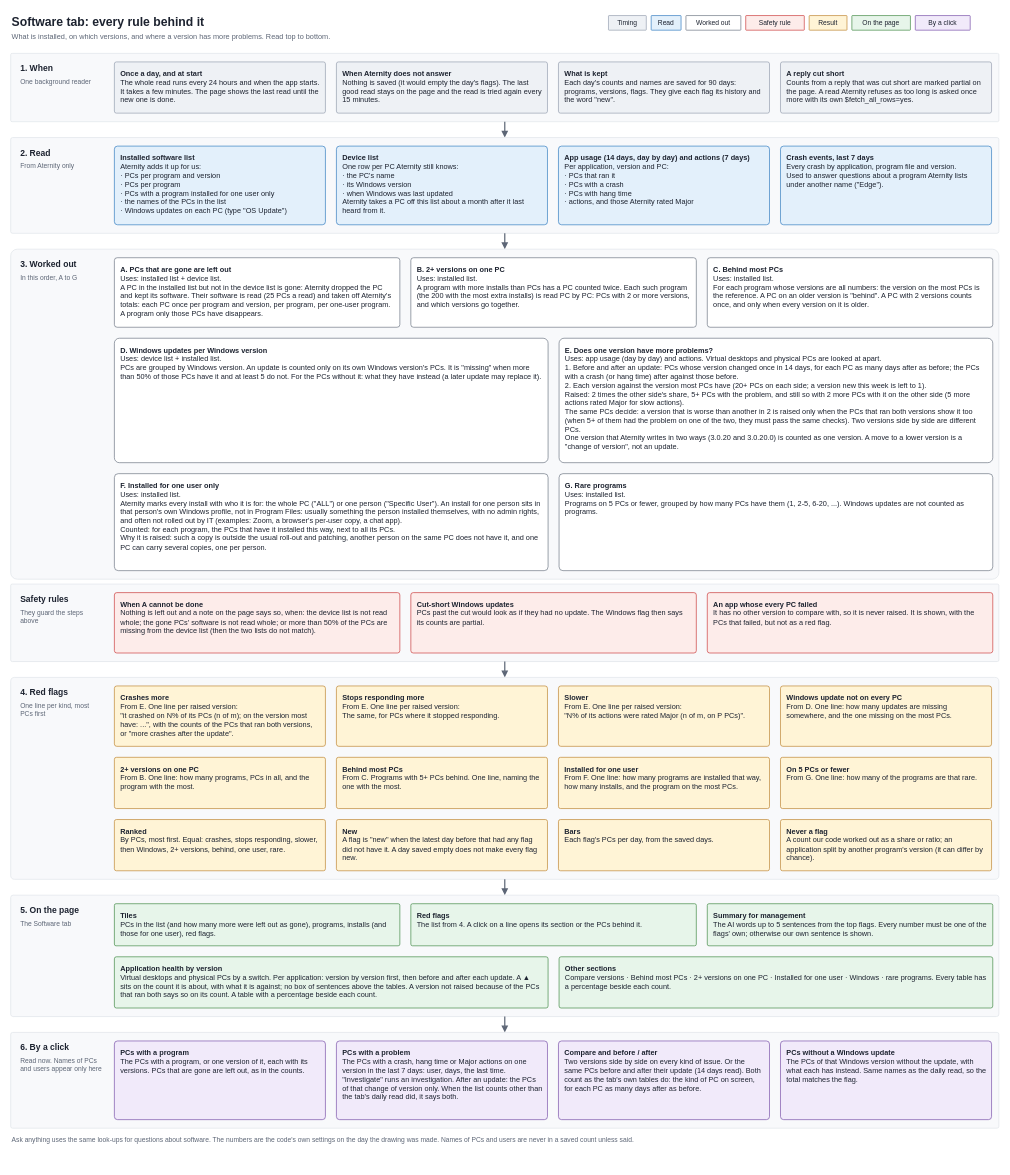
Earlier version of the draw.io diagram docs/diagrams/05-software-tab-logic.drawio (j6dtt/blank). Source tidied: cells renumbered, new cells numbered last; positions are measured from the earlier drawing's top-left corner, leaving out a move shared by most shapes. Both pictures are drawn from the tidied source at 61%, with x=0, y=0 at pixel (10, 10).
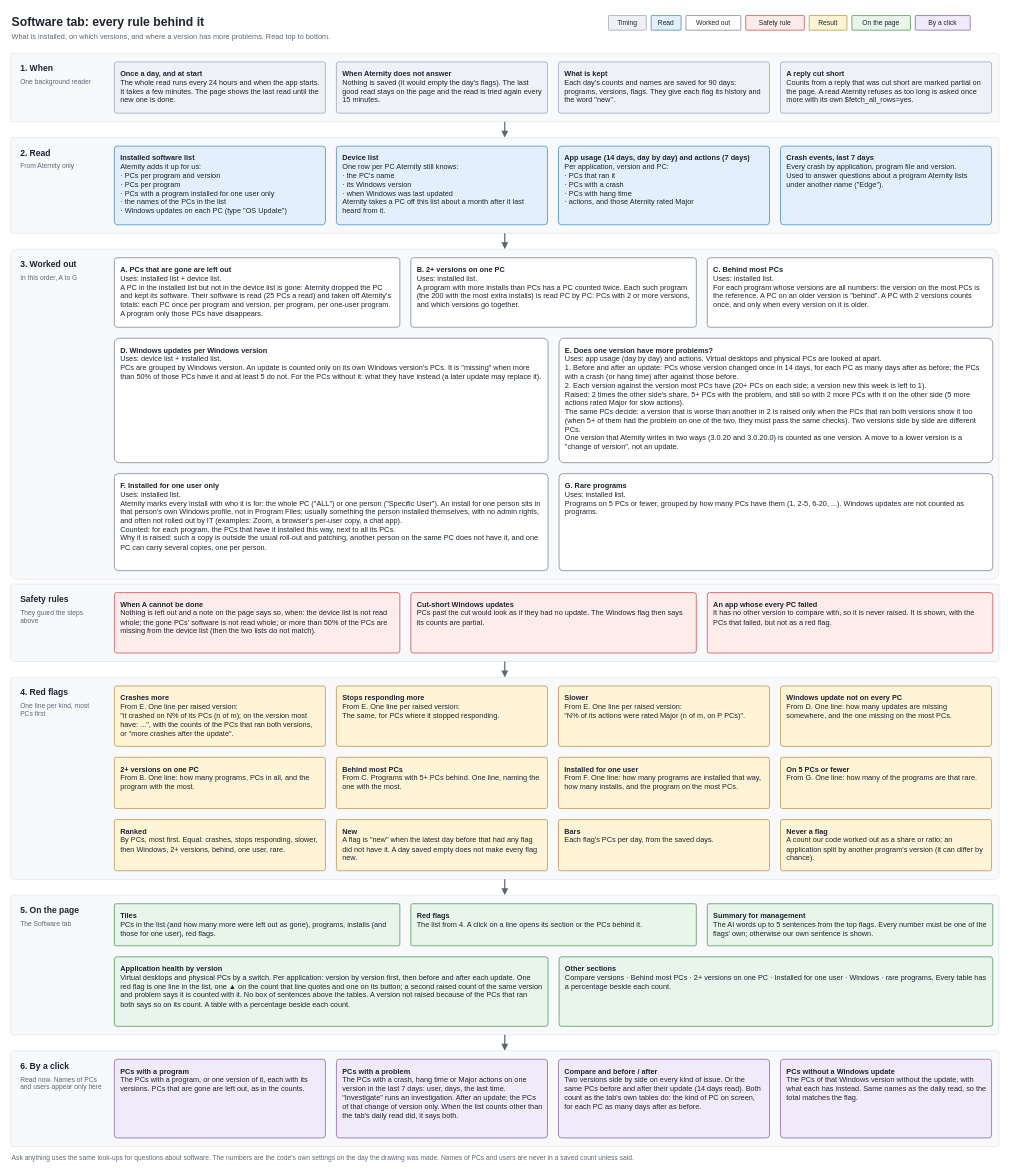
The same page after the edit.

Diff of the diagram source:
```diff
@@
     <mxCell id="60" style="rounded=1;whiteSpace=wrap;html=1;fillColor=#f8f9fb;strokeColor=#dde1e7;fontSize=12;fontColor=#1d2330;align=left;verticalAlign=top;arcSize=4;spacingLeft=8;spacingRight=8;spacingTop=6;spacingBottom=6;arcSize=2;" parent="1" vertex="1">
-      <mxGeometry y="1450" width="1620" height="199" as="geometry" />
+      <mxGeometry y="1450" width="1620" height="229" as="geometry" />
     </mxCell>
@@
     <mxCell id="62" value="The Software tab" style="text;html=1;fontSize=11;fontColor=#5d6676;align=left;verticalAlign=top;whiteSpace=wrap;spacing=2;" parent="1" vertex="1">
-      <mxGeometry x="14" y="1484" width="136" height="159" as="geometry" />
+      <mxGeometry x="14" y="1484" width="136" height="189" as="geometry" />
     </mxCell>
@@
-    <mxCell id="66" value="&lt;b&gt;Application health by version&lt;/b&gt;&lt;br&gt;Virtual desktops and physical PCs by a switch. Per application: version by version first, then before and after each update. A ▲ sits on the count it is about, with what it is against; no box of sentences above the tables. A version not raised because of the PCs that ran both says so on its count. A table with a percentage beside each count." style="rounded=1;whiteSpace=wrap;html=1;fillColor=#e7f5ea;strokeColor=#2e7d32;fontSize=12;fontColor=#1d2330;align=left;verticalAlign=top;arcSize=4;spacingLeft=8;spacingRight=8;spacingTop=6;spacingBottom=6;" parent="1" vertex="1">
-      <mxGeometry x="170" y="1551" width="711" height="84" as="geometry" />
+    <mxCell id="66" value="&lt;b&gt;Application health by version&lt;/b&gt;&lt;br&gt;Virtual desktops and physical PCs by a switch. Per application: version by version first, then before and after each update. One red flag is one line in the list, one ▲ on the count that line quotes and one on its button; a second raised count of the same version and problem says it is counted with it. No box of sentences above the tables. A version not raised because of the PCs that ran both says so on its count. A table with a percentage beside each count." style="rounded=1;whiteSpace=wrap;html=1;fillColor=#e7f5ea;strokeColor=#2e7d32;fontSize=12;fontColor=#1d2330;align=left;verticalAlign=top;arcSize=4;spacingLeft=8;spacingRight=8;spacingTop=6;spacingBottom=6;" parent="1" vertex="1">
+      <mxGeometry x="170" y="1551" width="711" height="114" as="geometry" />
     </mxCell>
     <mxCell id="67" value="&lt;b&gt;Other sections&lt;/b&gt;&lt;br&gt;Compare versions · Behind most PCs · 2+ versions on one PC · Installed for one user · Windows · rare programs. Every table has a percentage beside each count." style="rounded=1;whiteSpace=wrap;html=1;fillColor=#e7f5ea;strokeColor=#2e7d32;fontSize=12;fontColor=#1d2330;align=left;verticalAlign=top;arcSize=4;spacingLeft=8;spacingRight=8;spacingTop=6;spacingBottom=6;" parent="1" vertex="1">
-      <mxGeometry x="899" y="1551" width="711" height="84" as="geometry" />
+      <mxGeometry x="899" y="1551" width="711" height="114" as="geometry" />
     </mxCell>
     <mxCell id="68" style="endArrow=block;endFill=1;html=1;strokeColor=#5d6676;strokeWidth=2;" parent="1" edge="1">
       <mxGeometry relative="1" as="geometry">
-        <mxPoint x="810" y="1649" as="sourcePoint" />
-        <mxPoint x="810" y="1675" as="targetPoint" />
+        <mxPoint x="810" y="1679" as="sourcePoint" />
+        <mxPoint x="810" y="1705" as="targetPoint" />
       </mxGeometry>
     </mxCell>
     <mxCell id="69" style="rounded=1;whiteSpace=wrap;html=1;fillColor=#f8f9fb;strokeColor=#dde1e7;fontSize=12;fontColor=#1d2330;align=left;verticalAlign=top;arcSize=4;spacingLeft=8;spacingRight=8;spacingTop=6;spacingBottom=6;arcSize=2;" parent="1" vertex="1">
-      <mxGeometry y="1675" width="1620" height="157" as="geometry" />
+      <mxGeometry y="1705" width="1620" height="157" as="geometry" />
     </mxCell>
     <mxCell id="70" value="&lt;b&gt;6. By a click&lt;/b&gt;" style="text;html=1;fontSize=14;fontColor=#1d2330;align=left;verticalAlign=top;whiteSpace=wrap;spacing=2;" parent="1" vertex="1">
-      <mxGeometry x="14" y="1685" width="136" height="24" as="geometry" />
+      <mxGeometry x="14" y="1715" width="136" height="24" as="geometry" />
     </mxCell>
     <mxCell id="71" value="Read now. Names of PCs and users appear only here" style="text;html=1;fontSize=11;fontColor=#5d6676;align=left;verticalAlign=top;whiteSpace=wrap;spacing=2;" parent="1" vertex="1">
-      <mxGeometry x="14" y="1709" width="136" height="117" as="geometry" />
+      <mxGeometry x="14" y="1739" width="136" height="117" as="geometry" />
     </mxCell>
     <mxCell id="72" value="&lt;b&gt;PCs with a program&lt;/b&gt;&lt;br&gt;The PCs with a program, or one version of it, each with its versions. PCs that are gone are left out, as in the counts." style="rounded=1;whiteSpace=wrap;html=1;fillColor=#f1eafa;strokeColor=#6b3fa0;fontSize=12;fontColor=#1d2330;align=left;verticalAlign=top;arcSize=4;spacingLeft=8;spacingRight=8;spacingTop=6;spacingBottom=6;" parent="1" vertex="1">
-      <mxGeometry x="170" y="1689" width="346" height="129" as="geometry" />
+      <mxGeometry x="170" y="1719" width="346" height="129" as="geometry" />
     </mxCell>
     <mxCell id="73" value="&lt;b&gt;PCs with a problem&lt;/b&gt;&lt;br&gt;The PCs with a crash, hang time or Major actions on one version in the last 7 days: user, days, the last time. &quot;Investigate&quot; runs an investigation. After an update: the PCs of that change of version only. When the list counts other than the tab's daily read did, it says both." style="rounded=1;whiteSpace=wrap;html=1;fillColor=#f1eafa;strokeColor=#6b3fa0;fontSize=12;fontColor=#1d2330;align=left;verticalAlign=top;arcSize=4;spacingLeft=8;spacingRight=8;spacingTop=6;spacingBottom=6;" parent="1" vertex="1">
-      <mxGeometry x="534" y="1689" width="346" height="129" as="geometry" />
+      <mxGeometry x="534" y="1719" width="346" height="129" as="geometry" />
     </mxCell>
     <mxCell id="74" value="&lt;b&gt;Compare and before / after&lt;/b&gt;&lt;br&gt;Two versions side by side on every kind of issue. Or the same PCs before and after their update (14 days read). Both count as the tab's own tables do: the kind of PC on screen, for each PC as many days after as before." style="rounded=1;whiteSpace=wrap;html=1;fillColor=#f1eafa;strokeColor=#6b3fa0;fontSize=12;fontColor=#1d2330;align=left;verticalAlign=top;arcSize=4;spacingLeft=8;spacingRight=8;spacingTop=6;spacingBottom=6;" parent="1" vertex="1">
-      <mxGeometry x="898" y="1689" width="346" height="129" as="geometry" />
+      <mxGeometry x="898" y="1719" width="346" height="129" as="geometry" />
     </mxCell>
     <mxCell id="75" value="&lt;b&gt;PCs without a Windows update&lt;/b&gt;&lt;br&gt;The PCs of that Windows version without the update, with what each has instead. Same names as the daily read, so the total matches the flag." style="rounded=1;whiteSpace=wrap;html=1;fillColor=#f1eafa;strokeColor=#6b3fa0;fontSize=12;fontColor=#1d2330;align=left;verticalAlign=top;arcSize=4;spacingLeft=8;spacingRight=8;spacingTop=6;spacingBottom=6;" parent="1" vertex="1">
-      <mxGeometry x="1262" y="1689" width="346" height="129" as="geometry" />
+      <mxGeometry x="1262" y="1719" width="346" height="129" as="geometry" />
     </mxCell>
     <mxCell id="76" value="Ask anything uses the same look-ups for questions about software. The numbers are the code's own settings on the day the drawing was made. Names of PCs and users are never in a saved count unless said." style="text;html=1;fontSize=11;fontColor=#5d6676;align=left;verticalAlign=middle;whiteSpace=wrap;spacing=2;" parent="1" vertex="1">
-      <mxGeometry y="1840" width="1620" height="22" as="geometry" />
+      <mxGeometry y="1870" width="1620" height="22" as="geometry" />
     </mxCell>
```
